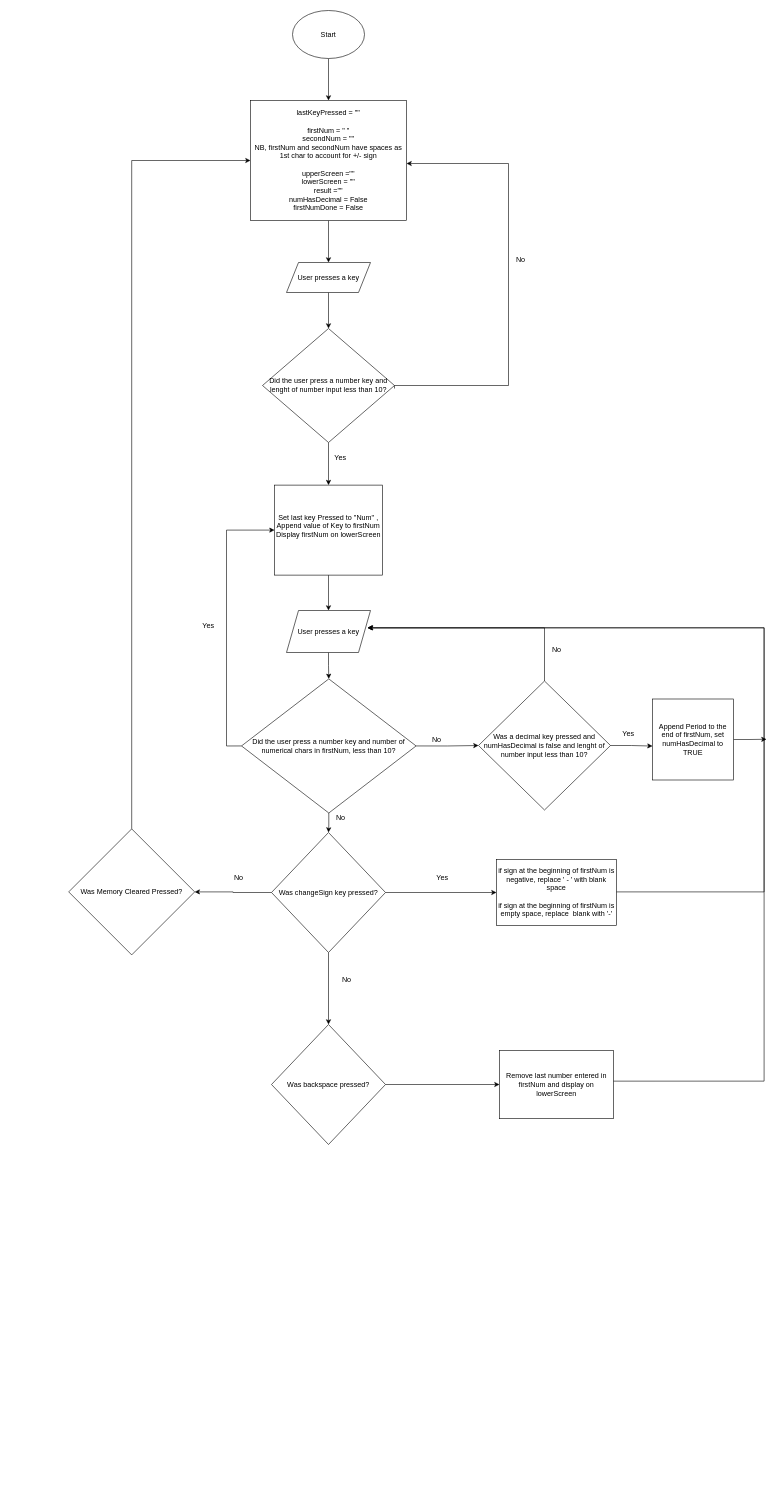
Before: Calculator.drawio in ScoldingCoder/Calculator, a draw.io diagram. Source tidied: cells renumbered, new cells numbered last; positions are measured from the earlier drawing's top-left corner, leaving out a move shared by most shapes. Both pictures are drawn from the tidied source at 60%, with x=0, y=0 at pixel (68, 10).
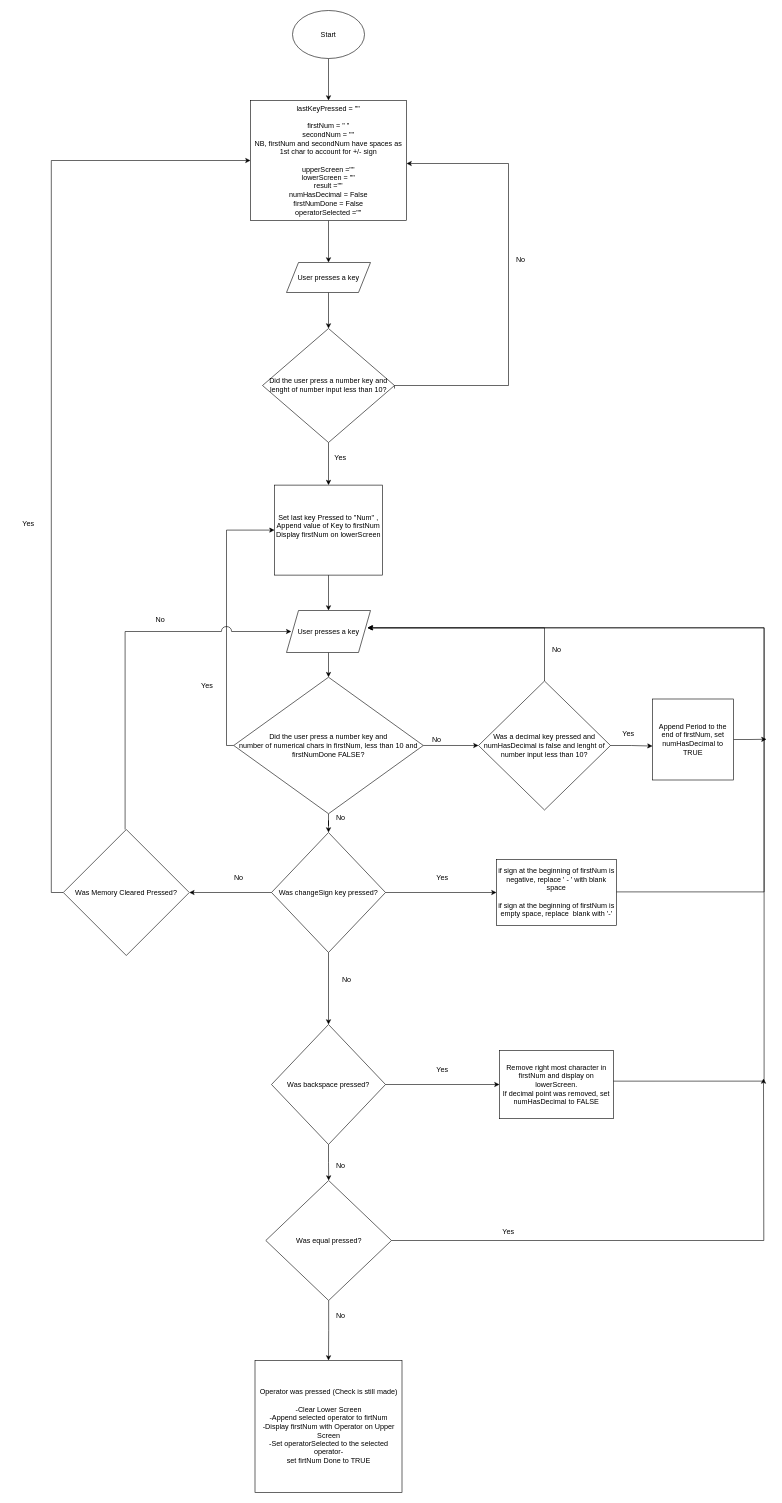
Above is the later version.

Commit message (it also covers changes not shown here):
Committer: ScoldingCoder <scold@Xubuntu.myguest.virtualbox.org> Changes to be committed: 	modified:   Calculator.drawio 	new file:   Calculator.drawio.png

Updated flowchart
Added image of flowchart to date

Unchanged cells that the change refers to:
```xml
<mxCell id="43" value="Was backspace pressed?" style="rhombus;whiteSpace=wrap;html=1;" parent="1" vertex="1">
  <mxGeometry x="338" y="1690" width="190" height="200" as="geometry" />
</mxCell>
```

What changed in the source:
```diff
@@
-    <mxCell id="5" value="&lt;div&gt;lastKeyPressed = &quot;&quot;&lt;/div&gt;&lt;div&gt;&lt;br&gt;&lt;/div&gt;&lt;div&gt;firstNum = &quot; &quot;&lt;br&gt;secondNum = &quot;&quot;&lt;br&gt;NB, firstNum and secondNum have spaces as 1st char to account for +/- sign &lt;br&gt;&lt;/div&gt;&lt;div&gt;&lt;br&gt;&lt;/div&gt;&lt;div&gt;upperScreen =&quot;&quot;&lt;br&gt;lowerScreen = &quot;&quot;&lt;br&gt;result =&quot;&quot;&lt;/div&gt;&lt;div&gt;numHasDecimal = False&lt;/div&gt;&lt;div&gt;firstNumDone = False&lt;br&gt;&lt;/div&gt;" style="rounded=0;whiteSpace=wrap;html=1;" parent="1" vertex="1">
+    <mxCell id="5" value="&lt;div&gt;lastKeyPressed = &quot;&quot;&lt;/div&gt;&lt;div&gt;&lt;br&gt;&lt;/div&gt;&lt;div&gt;firstNum = &quot; &quot;&lt;br&gt;secondNum = &quot;&quot;&lt;br&gt;NB, firstNum and secondNum have spaces as 1st char to account for +/- sign &lt;br&gt;&lt;/div&gt;&lt;div&gt;&lt;br&gt;&lt;/div&gt;&lt;div&gt;upperScreen =&quot;&quot;&lt;br&gt;lowerScreen = &quot;&quot;&lt;br&gt;result =&quot;&quot;&lt;/div&gt;&lt;div&gt;numHasDecimal = False&lt;/div&gt;&lt;div&gt;firstNumDone = False&lt;/div&gt;&lt;div&gt;operatorSelected =&quot;&quot;&lt;br&gt;&lt;/div&gt;" style="rounded=0;whiteSpace=wrap;html=1;" parent="1" vertex="1">
       <mxGeometry x="303" y="150" width="260" height="200" as="geometry" />
     </mxCell>
@@
-    <mxCell id="20" value="Did the user press a number key and number of numerical chars in firstNum, less than 10?" style="rhombus;whiteSpace=wrap;html=1;" parent="1" vertex="1">
-      <mxGeometry x="288" y="1114" width="291" height="223.5" as="geometry" />
+    <mxCell id="20" value="Did the user press a number key and&lt;br&gt; number of numerical chars in firstNum, less than 10 and &lt;br&gt;firstNumDone FALSE?" style="rhombus;whiteSpace=wrap;html=1;" parent="1" vertex="1">
+      <mxGeometry x="275" y="1111.2" width="316" height="227.5" as="geometry" />
     </mxCell>
-    <mxCell id="21" value="Yes" style="text;html=1;strokeColor=none;fillColor=none;align=center;verticalAlign=middle;whiteSpace=wrap;rounded=0;" parent="1" vertex="1">
-      <mxGeometry x="203" y="1010" width="60" height="30" as="geometry" />
+    <mxCell id="21" value="No" style="text;html=1;strokeColor=none;fillColor=none;align=center;verticalAlign=middle;whiteSpace=wrap;rounded=0;" parent="1" vertex="1">
+      <mxGeometry x="123" y="1000" width="60" height="30" as="geometry" />
     </mxCell>
@@
+    <mxCell id="46" style="edgeStyle=orthogonalEdgeStyle;rounded=0;orthogonalLoop=1;jettySize=auto;html=1;exitX=0.5;exitY=0;exitDx=0;exitDy=0;entryX=0;entryY=0.5;entryDx=0;entryDy=0;jumpStyle=arc;jumpSize=17;" parent="1" edge="1">
+      <mxGeometry relative="1" as="geometry">
+        <mxPoint x="94" y="1365" as="sourcePoint" />
+        <mxPoint x="371" y="1035" as="targetPoint" />
+        <Array as="points">
+          <mxPoint x="94" y="1035" />
+        </Array>
+      </mxGeometry>
+    </mxCell>
-    <mxCell id="37" style="edgeStyle=orthogonalEdgeStyle;rounded=0;jettySize=auto;html=1;exitX=0.5;exitY=0;exitDx=0;exitDy=0;entryX=0;entryY=0.5;entryDx=0;entryDy=0;" parent="1" edge="1" source="38" target="5">
+    <mxCell id="37" style="edgeStyle=orthogonalEdgeStyle;rounded=0;jettySize=auto;html=1;exitX=0;exitY=0.5;exitDx=0;exitDy=0;entryX=0;entryY=0.5;entryDx=0;entryDy=0;" parent="1" edge="1" source="38" target="5">
       <mxGeometry relative="1" as="geometry" />
     </mxCell>
     <mxCell id="38" value="Was Memory Cleared Pressed?" style="rhombus;whiteSpace=wrap;html=1;" parent="1" vertex="1">
-      <mxGeometry y="1364" width="210" height="210" as="geometry" />
+      <mxGeometry x="-9" y="1365" width="210" height="210" as="geometry" />
     </mxCell>
@@
+    <mxCell id="47" style="edgeStyle=orthogonalEdgeStyle;rounded=0;jettySize=auto;html=1;exitX=0.5;exitY=1;exitDx=0;exitDy=0;" parent="1" edge="1" source="43" target="52">
+      <mxGeometry relative="1" as="geometry" />
+    </mxCell>
@@
-    <mxCell id="45" value="Remove last number entered in firstNum and display on lowerScreen" style="rounded=0;whiteSpace=wrap;html=1;" parent="1" vertex="1">
+    <mxCell id="45" value="Remove right most character in firstNum and display on lowerScreen.&lt;br&gt;If decimal point was removed, set numHasDecimal to FALSE" style="rounded=0;whiteSpace=wrap;html=1;" parent="1" vertex="1">
       <mxGeometry x="718" y="1733" width="190" height="114" as="geometry" />
     </mxCell>
+    <mxCell id="48" value="No" style="text;html=1;align=center;verticalAlign=middle;strokeColor=none;fillColor=none;" parent="1" vertex="1">
+      <mxGeometry x="433" y="1910" width="40" height="30" as="geometry" />
+    </mxCell>
+    <mxCell id="49" value="Yes" style="text;html=1;strokeColor=none;fillColor=none;align=center;verticalAlign=middle;whiteSpace=wrap;rounded=0;" parent="1" vertex="1">
+      <mxGeometry x="593" y="1750" width="60" height="30" as="geometry" />
+    </mxCell>
+    <mxCell id="50" style="edgeStyle=orthogonalEdgeStyle;rounded=0;jettySize=auto;html=1;exitX=1;exitY=0.5;exitDx=0;exitDy=0;" parent="1" edge="1" source="52">
+      <mxGeometry relative="1" as="geometry">
+        <mxPoint x="1158" y="1780" as="targetPoint" />
+      </mxGeometry>
+    </mxCell>
+    <mxCell id="51" style="edgeStyle=orthogonalEdgeStyle;rounded=0;jettySize=auto;html=1;exitX=0.5;exitY=1;exitDx=0;exitDy=0;entryX=0.5;entryY=0;entryDx=0;entryDy=0;" parent="1" edge="1" source="52" target="55">
+      <mxGeometry relative="1" as="geometry" />
+    </mxCell>
+    <mxCell id="52" value="Was equal pressed?" style="rhombus;whiteSpace=wrap;html=1;" parent="1" vertex="1">
+      <mxGeometry x="328.5" y="1950" width="209.5" height="200" as="geometry" />
+    </mxCell>
+    <mxCell id="53" value="Yes" style="text;html=1;strokeColor=none;fillColor=none;align=center;verticalAlign=middle;whiteSpace=wrap;rounded=0;" parent="1" vertex="1">
+      <mxGeometry x="703" y="2020" width="60" height="30" as="geometry" />
+    </mxCell>
+    <mxCell id="54" value="No" style="text;html=1;align=center;verticalAlign=middle;strokeColor=none;fillColor=none;" parent="1" vertex="1">
+      <mxGeometry x="433" y="2160" width="40" height="30" as="geometry" />
+    </mxCell>
+    <mxCell id="55" value="Operator was pressed (Check is still made)&lt;br&gt;&lt;div&gt;&lt;br&gt;&lt;/div&gt;&lt;div&gt;-Clear Lower Screen&lt;br&gt;-Append selected operator to firtNum&lt;br&gt;-Display firstNum with Operator on Upper Screen&lt;/div&gt;&lt;div&gt;-Set operatorSelected to the selected operator-&lt;/div&gt;&lt;div&gt;set firtNum Done to TRUE&lt;br&gt;&lt;/div&gt;" style="rounded=0;whiteSpace=wrap;html=1;" parent="1" vertex="1">
+      <mxGeometry x="310.5" y="2250" width="245" height="220" as="geometry" />
+    </mxCell>
+    <mxCell id="56" value="Yes" style="text;html=1;strokeColor=none;fillColor=none;align=center;verticalAlign=middle;whiteSpace=wrap;rounded=0;" parent="1" vertex="1">
+      <mxGeometry x="-97" y="840" width="60" height="30" as="geometry" />
+    </mxCell>
+    <mxCell id="57" value="Yes" style="text;html=1;strokeColor=none;fillColor=none;align=center;verticalAlign=middle;whiteSpace=wrap;rounded=0;" parent="1" vertex="1">
+      <mxGeometry x="201" y="1111.2" width="60" height="30" as="geometry" />
+    </mxCell>
```
